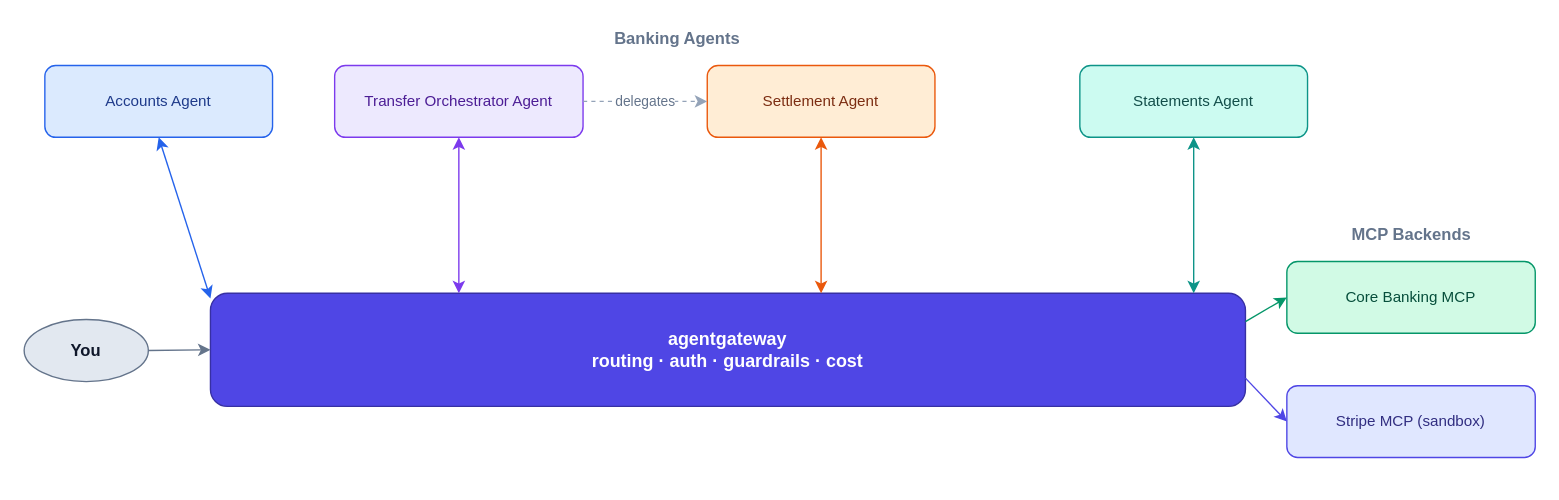
Above: docs/diagrams/agents-mcp-architecture.drawio in day0ops/agentgateway-demo-wizard (draw.io), before the change. Source tidied: cells renumbered, new cells numbered last; positions are measured from the earlier drawing's top-left corner, leaving out a move shared by most shapes. Both pictures are drawn from the tidied source at 138%, with x=0, y=0 at pixel (23, 23).
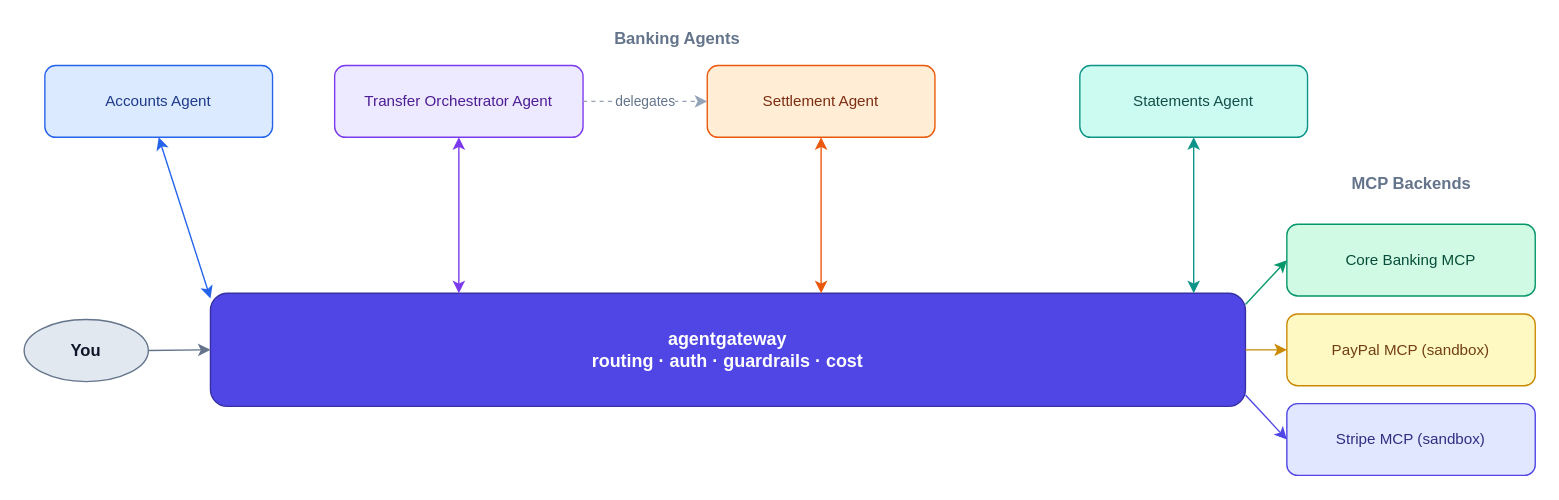
The same diagram, later.

Commit message (it also covers changes not shown here):
feat(auth): use PayPal for Statements Interactive elicitation (#19)

Unchanged cells that the change refers to:
```xml
<mxCell id="9" value="agentgateway&#10;routing · auth · guardrails · cost" style="rounded=1;whiteSpace=wrap;html=1;fillColor=#4f46e5;strokeColor=#3730a3;fontColor=#ffffff;fontSize=13;fontStyle=1;" parent="1" vertex="1">
  <mxGeometry x="135" y="195" width="750" height="82" as="geometry" />
</mxCell>
```

Diff of the diagram source:
```diff
@@
     <mxCell id="3" value="MCP Backends" style="text;html=1;align=center;verticalAlign=middle;fontStyle=1;fontSize=12;fontColor=#64748b;" parent="1" vertex="1">
-      <mxGeometry x="915" y="142" width="180" height="22" as="geometry" />
+      <mxGeometry x="915" y="105" width="180" height="22" as="geometry" />
     </mxCell>
@@
     <mxCell id="10" value="Core Banking MCP" style="rounded=1;whiteSpace=wrap;html=1;fillColor=#d1fae5;strokeColor=#059669;fontColor=#064e3b;fontSize=11;" parent="1" vertex="1">
-      <mxGeometry x="915" y="172" width="180" height="52" as="geometry" />
+      <mxGeometry x="915" y="145" width="180" height="52" as="geometry" />
     </mxCell>
+    <mxCell id="20" value="PayPal MCP (sandbox)" style="rounded=1;whiteSpace=wrap;html=1;fillColor=#fef9c3;strokeColor=#ca8a04;fontColor=#713f12;fontSize=11;" parent="1" vertex="1">
+      <mxGeometry x="915" y="210" width="180" height="52" as="geometry" />
+    </mxCell>
     <mxCell id="11" value="Stripe MCP (sandbox)" style="rounded=1;whiteSpace=wrap;html=1;fillColor=#e0e7ff;strokeColor=#4f46e5;fontColor=#312e81;fontSize=11;" parent="1" vertex="1">
-      <mxGeometry x="915" y="262" width="180" height="52" as="geometry" />
+      <mxGeometry x="915" y="275" width="180" height="52" as="geometry" />
     </mxCell>
@@
-    <mxCell id="18" style="edgeStyle=none;curved=0;rounded=0;html=1;strokeColor=#059669;exitX=1;exitY=0.25;exitDx=0;exitDy=0;entryX=0;entryY=0.5;entryDx=0;entryDy=0;" parent="1" edge="1" source="9" target="10">
+    <mxCell id="18" style="edgeStyle=none;curved=0;rounded=0;html=1;strokeColor=#059669;exitX=1;exitY=0.1;exitDx=0;exitDy=0;entryX=0;entryY=0.5;entryDx=0;entryDy=0;" parent="1" edge="1" source="9" target="10">
       <mxGeometry relative="1" as="geometry" />
     </mxCell>
+    <mxCell id="21" style="edgeStyle=none;curved=0;rounded=0;html=1;strokeColor=#ca8a04;exitX=1;exitY=0.5;exitDx=0;exitDy=0;entryX=0;entryY=0.5;entryDx=0;entryDy=0;" parent="1" edge="1" source="9" target="20">
+      <mxGeometry relative="1" as="geometry" />
+    </mxCell>
-    <mxCell id="19" style="edgeStyle=none;curved=0;rounded=0;html=1;strokeColor=#4f46e5;exitX=1;exitY=0.75;exitDx=0;exitDy=0;entryX=0;entryY=0.5;entryDx=0;entryDy=0;" parent="1" edge="1" source="9" target="11">
+    <mxCell id="19" style="edgeStyle=none;curved=0;rounded=0;html=1;strokeColor=#4f46e5;exitX=1;exitY=0.9;exitDx=0;exitDy=0;entryX=0;entryY=0.5;entryDx=0;entryDy=0;" parent="1" edge="1" source="9" target="11">
       <mxGeometry relative="1" as="geometry" />
     </mxCell>
```
